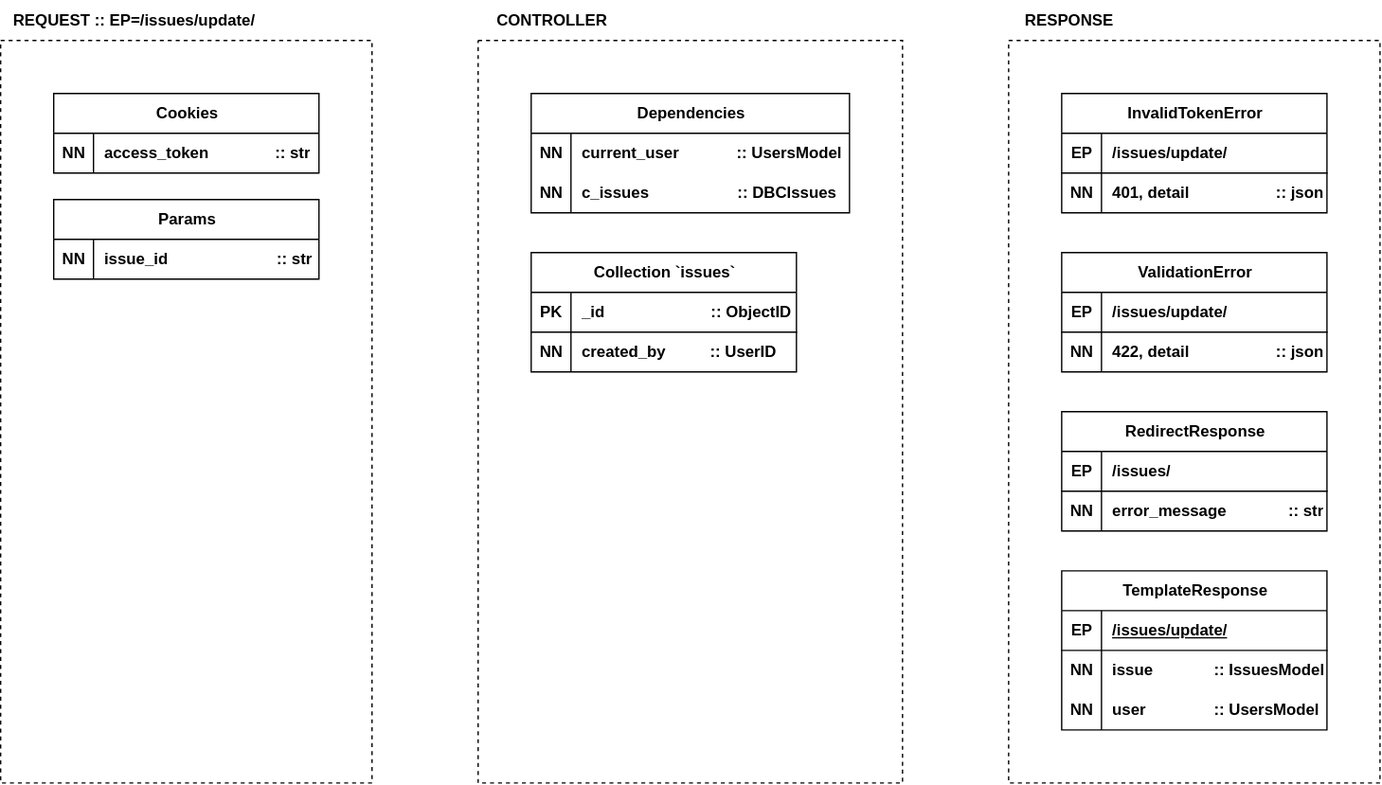
Above: contributors/issues/update/get/Diagram-Update-GET.drawio.svg in ames0k0/Ticket (draw.io), before the change. Source tidied: cells renumbered, new cells last; positions are measured from the earlier drawing's top-left corner, leaving out a move shared by most shapes.
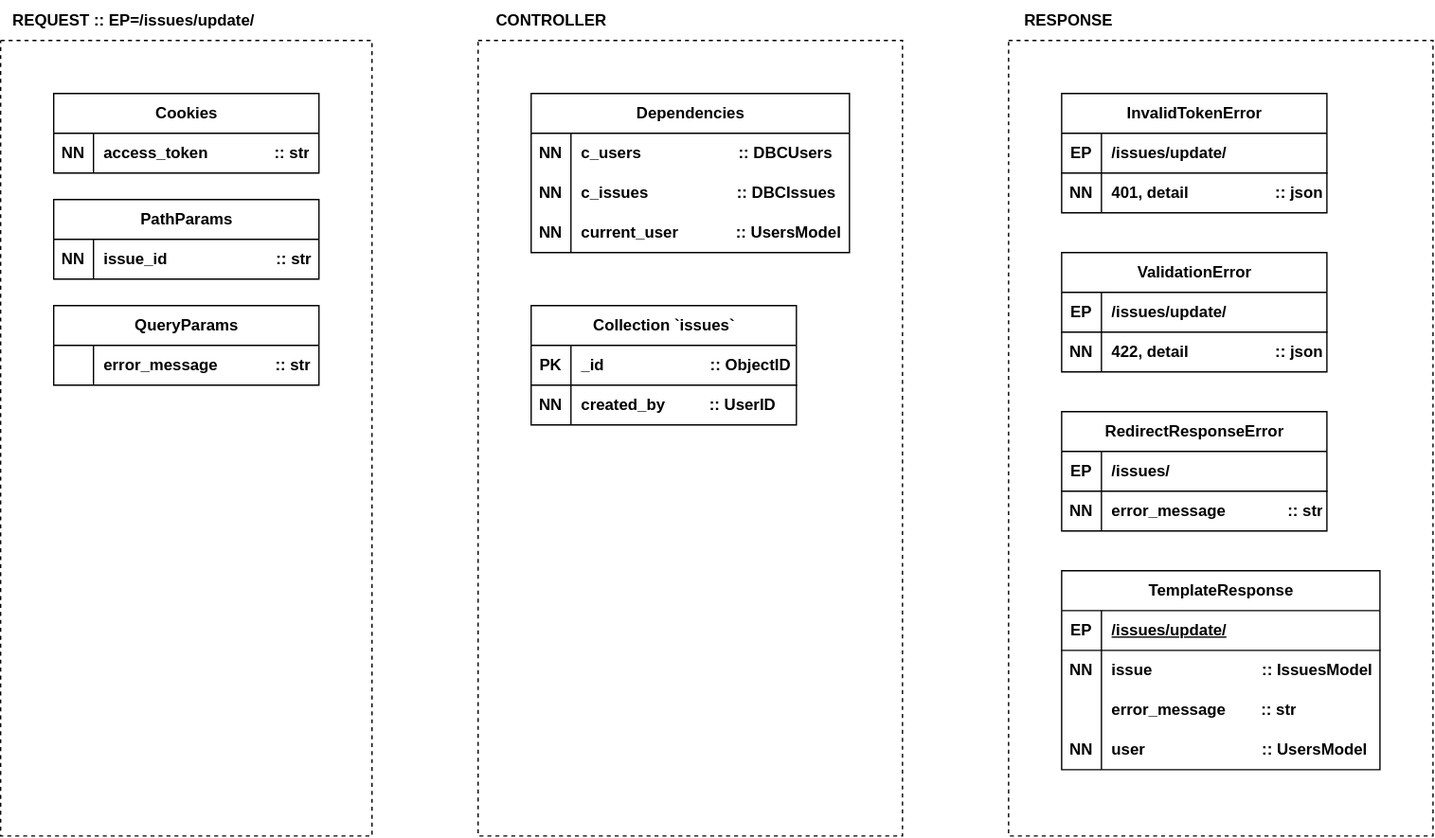
After the commit.

What changed in the source:
```diff
@@ -2,20 +2,20 @@
   <root>
     <mxCell id="0" />
     <mxCell id="1" parent="0" />
-    <mxCell id="2" value="Params" style="shape=table;startSize=30;rowLines=0;fontStyle=1;align=center;html=1;" parent="1" vertex="1">
-      <mxGeometry x="40" y="150" width="200" height="60" as="geometry" />
+    <mxCell id="2" value="QueryParams" style="shape=table;startSize=30;rowLines=0;fontStyle=1;align=center;html=1;" parent="1" vertex="1">
+      <mxGeometry x="40" y="230" width="200" height="60" as="geometry" />
     </mxCell>
     <mxCell id="3" style="shape=tableRow;horizontal=0;startSize=0;swimlaneHead=0;swimlaneBody=0;fillColor=none;top=0;left=0;right=0;bottom=0;" parent="2" vertex="1">
       <mxGeometry y="30" width="200" height="30" as="geometry" />
     </mxCell>
-    <mxCell id="4" value="&lt;b&gt;NN&lt;/b&gt;" style="shape=partialRectangle;fillColor=none;top=0;left=0;bottom=0;right=0;overflow=hidden;whiteSpace=wrap;html=1;" parent="3" vertex="1">
+    <mxCell id="4" style="shape=partialRectangle;fillColor=none;top=0;left=0;bottom=0;right=0;overflow=hidden;whiteSpace=wrap;html=1;" parent="3" vertex="1">
       <mxGeometry width="30" height="30" as="geometry" />
     </mxCell>
-    <mxCell id="5" value="&lt;b&gt;issue_id&lt;span style=&quot;white-space: pre;&quot;&gt;&#9;&lt;/span&gt;&lt;span style=&quot;white-space: pre;&quot;&gt;&#9;&lt;/span&gt;&lt;span style=&quot;white-space: pre;&quot;&gt;&#9;&lt;/span&gt;&amp;nbsp; &amp;nbsp; &amp;nbsp; &amp;nbsp;:: str&lt;/b&gt;" style="shape=partialRectangle;fillColor=none;top=0;left=0;bottom=0;right=0;align=left;spacingLeft=6;overflow=hidden;whiteSpace=wrap;html=1;" parent="3" vertex="1">
+    <mxCell id="5" value="&lt;b&gt;error_message&amp;nbsp; &amp;nbsp; &amp;nbsp; &amp;nbsp; &amp;nbsp; &amp;nbsp; &amp;nbsp;:: str&lt;/b&gt;" style="shape=partialRectangle;fillColor=none;top=0;left=0;bottom=0;right=0;align=left;spacingLeft=6;overflow=hidden;whiteSpace=wrap;html=1;" parent="3" vertex="1">
       <mxGeometry x="30" width="170" height="30" as="geometry" />
     </mxCell>
     <mxCell id="6" value="Collection `issues`" style="shape=table;startSize=30;rowLines=0;fontStyle=1;align=center;html=1;" parent="1" vertex="1">
-      <mxGeometry x="400" y="190" width="200" height="90" as="geometry" />
+      <mxGeometry x="400" y="230" width="200" height="90" as="geometry" />
     </mxCell>
     <mxCell id="7" style="shape=tableRow;horizontal=0;startSize=0;swimlaneHead=0;swimlaneBody=0;fillColor=none;top=0;left=0;right=0;bottom=1;" parent="6" vertex="1">
       <mxGeometry y="30" width="200" height="30" as="geometry" />
@@ -35,7 +35,7 @@
     <mxCell id="12" value="&lt;b&gt;created_by&amp;nbsp; &amp;nbsp; &amp;nbsp; &amp;nbsp; &amp;nbsp; :: UserID&lt;/b&gt;" style="shape=partialRectangle;fillColor=none;top=0;left=0;bottom=0;right=0;align=left;spacingLeft=6;overflow=hidden;whiteSpace=wrap;html=1;" parent="10" vertex="1">
       <mxGeometry x="30" width="170" height="30" as="geometry" />
     </mxCell>
-    <mxCell id="13" value="RedirectResponse" style="shape=table;startSize=30;rowLines=0;fontStyle=1;align=center;html=1;" parent="1" vertex="1">
+    <mxCell id="13" value="RedirectResponseError" style="shape=table;startSize=30;rowLines=0;fontStyle=1;align=center;html=1;" parent="1" vertex="1">
       <mxGeometry x="800" y="310" width="200" height="90" as="geometry" />
     </mxCell>
     <mxCell id="14" style="shape=tableRow;horizontal=0;startSize=0;swimlaneHead=0;swimlaneBody=0;fillColor=none;top=0;left=0;right=0;bottom=1;" parent="13" vertex="1">
@@ -57,34 +57,43 @@
       <mxGeometry x="30" width="170" height="30" as="geometry" />
     </mxCell>
     <mxCell id="20" value="TemplateResponse" style="shape=table;startSize=30;rowLines=0;fontStyle=1;align=center;html=1;" parent="1" vertex="1">
-      <mxGeometry x="800" y="430" width="200" height="120" as="geometry" />
+      <mxGeometry x="800" y="430" width="240" height="150" as="geometry" />
     </mxCell>
     <mxCell id="21" style="shape=tableRow;horizontal=0;startSize=0;swimlaneHead=0;swimlaneBody=0;fillColor=none;top=0;left=0;right=0;bottom=1;" parent="20" vertex="1">
-      <mxGeometry y="30" width="200" height="30" as="geometry" />
+      <mxGeometry y="30" width="240" height="30" as="geometry" />
     </mxCell>
     <mxCell id="22" value="EP" style="shape=partialRectangle;fillColor=none;top=0;left=0;bottom=0;right=0;fontStyle=1;overflow=hidden;whiteSpace=wrap;html=1;" parent="21" vertex="1">
       <mxGeometry width="30" height="30" as="geometry" />
     </mxCell>
     <mxCell id="23" value="/issues/update/" style="shape=partialRectangle;fillColor=none;top=0;left=0;bottom=0;right=0;align=left;spacingLeft=6;fontStyle=5;overflow=hidden;whiteSpace=wrap;html=1;" parent="21" vertex="1">
-      <mxGeometry x="30" width="170" height="30" as="geometry" />
+      <mxGeometry x="30" width="210" height="30" as="geometry" />
     </mxCell>
     <mxCell id="24" style="shape=tableRow;horizontal=0;startSize=0;swimlaneHead=0;swimlaneBody=0;fillColor=none;top=0;left=0;right=0;bottom=0;" parent="20" vertex="1">
-      <mxGeometry y="60" width="200" height="30" as="geometry" />
+      <mxGeometry y="60" width="240" height="30" as="geometry" />
     </mxCell>
     <mxCell id="25" value="&lt;b&gt;NN&lt;/b&gt;" style="shape=partialRectangle;fillColor=none;top=0;left=0;bottom=0;right=0;overflow=hidden;whiteSpace=wrap;html=1;" parent="24" vertex="1">
       <mxGeometry width="30" height="30" as="geometry" />
     </mxCell>
-    <mxCell id="26" value="issue&lt;span style=&quot;white-space: pre;&quot;&gt;&#9;&lt;/span&gt;&amp;nbsp; &amp;nbsp; &amp;nbsp; &amp;nbsp;:: IssuesModel" style="shape=partialRectangle;fillColor=none;top=0;left=0;bottom=0;right=0;align=left;spacingLeft=6;overflow=hidden;whiteSpace=wrap;html=1;fontStyle=1;" parent="24" vertex="1">
-      <mxGeometry x="30" width="170" height="30" as="geometry" />
+    <mxCell id="26" value="issue&lt;span style=&quot;white-space: pre;&quot;&gt;&#9;&lt;/span&gt;&amp;nbsp; &amp;nbsp; &amp;nbsp; &amp;nbsp; &amp;nbsp; &amp;nbsp; &amp;nbsp; &amp;nbsp; &amp;nbsp; :: IssuesModel" style="shape=partialRectangle;fillColor=none;top=0;left=0;bottom=0;right=0;align=left;spacingLeft=6;overflow=hidden;whiteSpace=wrap;html=1;fontStyle=1;" parent="24" vertex="1">
+      <mxGeometry x="30" width="210" height="30" as="geometry" />
     </mxCell>
+    <mxCell id="61" style="shape=tableRow;horizontal=0;startSize=0;swimlaneHead=0;swimlaneBody=0;fillColor=none;top=0;left=0;right=0;bottom=0;" parent="20" vertex="1">
+      <mxGeometry y="90" width="240" height="30" as="geometry" />
+    </mxCell>
+    <mxCell id="62" style="shape=partialRectangle;fillColor=none;top=0;left=0;bottom=0;right=0;overflow=hidden;whiteSpace=wrap;html=1;" parent="61" vertex="1">
+      <mxGeometry width="30" height="30" as="geometry" />
+    </mxCell>
+    <mxCell id="63" value="error_message&amp;nbsp; &amp;nbsp; &amp;nbsp; &amp;nbsp; :: str" style="shape=partialRectangle;fillColor=none;top=0;left=0;bottom=0;right=0;align=left;spacingLeft=6;overflow=hidden;whiteSpace=wrap;html=1;fontStyle=1;" parent="61" vertex="1">
+      <mxGeometry x="30" width="210" height="30" as="geometry" />
+    </mxCell>
     <mxCell id="27" style="shape=tableRow;horizontal=0;startSize=0;swimlaneHead=0;swimlaneBody=0;fillColor=none;top=0;left=0;right=0;bottom=0;fontStyle=0;" parent="20" vertex="1">
-      <mxGeometry y="90" width="200" height="30" as="geometry" />
+      <mxGeometry y="120" width="240" height="30" as="geometry" />
     </mxCell>
     <mxCell id="28" value="&lt;b&gt;NN&lt;/b&gt;" style="shape=partialRectangle;fillColor=none;top=0;left=0;bottom=0;right=0;overflow=hidden;whiteSpace=wrap;html=1;" parent="27" vertex="1">
       <mxGeometry width="30" height="30" as="geometry" />
     </mxCell>
-    <mxCell id="29" value="user&lt;span style=&quot;white-space: pre;&quot;&gt;&#9;&lt;/span&gt;&amp;nbsp; &amp;nbsp; &amp;nbsp; &amp;nbsp;:: UsersModel" style="shape=partialRectangle;fillColor=none;top=0;left=0;bottom=0;right=0;align=left;spacingLeft=6;overflow=hidden;whiteSpace=wrap;html=1;fontStyle=1;" parent="27" vertex="1">
-      <mxGeometry x="30" width="170" height="30" as="geometry" />
+    <mxCell id="29" value="user&lt;span style=&quot;white-space: pre;&quot;&gt;&#9;&lt;/span&gt;&amp;nbsp; &amp;nbsp; &amp;nbsp; &amp;nbsp; &amp;nbsp; &amp;nbsp; &amp;nbsp; &amp;nbsp; &amp;nbsp; :: UsersModel" style="shape=partialRectangle;fillColor=none;top=0;left=0;bottom=0;right=0;align=left;spacingLeft=6;overflow=hidden;whiteSpace=wrap;html=1;fontStyle=1;" parent="27" vertex="1">
+      <mxGeometry x="30" width="210" height="30" as="geometry" />
     </mxCell>
     <mxCell id="30" style="endArrow=none;dashed=1;html=1;rounded=0;" parent="1" edge="1">
       <mxGeometry relative="1" as="geometry">
@@ -92,8 +101,8 @@
         <mxPoint y="30" as="targetPoint" />
         <Array as="points">
           <mxPoint x="280" y="30" />
-          <mxPoint x="280" y="590" />
-          <mxPoint y="590" />
+          <mxPoint x="280" y="630" />
+          <mxPoint y="630" />
         </Array>
       </mxGeometry>
     </mxCell>
@@ -103,8 +112,8 @@
         <mxPoint x="360" y="30" as="targetPoint" />
         <Array as="points">
           <mxPoint x="680" y="30" />
-          <mxPoint x="680" y="590" />
-          <mxPoint x="360" y="590" />
+          <mxPoint x="680" y="630" />
+          <mxPoint x="360" y="630" />
         </Array>
       </mxGeometry>
     </mxCell>
@@ -119,9 +128,10 @@
         <mxPoint x="760" y="30" as="sourcePoint" />
         <mxPoint x="760" y="30" as="targetPoint" />
         <Array as="points">
-          <mxPoint x="1040" y="30" />
-          <mxPoint x="1040" y="590" />
-          <mxPoint x="760" y="590" />
+          <mxPoint x="1080" y="30" />
+          <mxPoint x="1080" y="310" />
+          <mxPoint x="1080" y="630" />
+          <mxPoint x="760" y="630" />
         </Array>
       </mxGeometry>
     </mxCell>
@@ -183,7 +193,7 @@
       <mxGeometry x="30" width="170" height="30" as="geometry" />
     </mxCell>
     <mxCell id="54" value="Dependencies" style="shape=table;startSize=30;rowLines=0;fontStyle=1;align=center;html=1;" parent="1" vertex="1">
-      <mxGeometry x="400" y="70" width="240" height="90" as="geometry" />
+      <mxGeometry x="400" y="70" width="240" height="120" as="geometry" />
     </mxCell>
     <mxCell id="55" style="shape=tableRow;horizontal=0;startSize=0;swimlaneHead=0;swimlaneBody=0;fillColor=none;top=0;left=0;right=0;bottom=0;" parent="54" vertex="1">
       <mxGeometry y="30" width="240" height="30" as="geometry" />
@@ -191,7 +201,7 @@
     <mxCell id="56" value="&lt;b&gt;NN&lt;/b&gt;" style="shape=partialRectangle;fillColor=none;top=0;left=0;bottom=0;right=0;overflow=hidden;whiteSpace=wrap;html=1;" parent="55" vertex="1">
       <mxGeometry width="30" height="30" as="geometry" />
     </mxCell>
-    <mxCell id="57" value="current_user&amp;nbsp; &amp;nbsp; &amp;nbsp; &amp;nbsp; &amp;nbsp; &amp;nbsp; &amp;nbsp;:: UsersModel" style="shape=partialRectangle;fillColor=none;top=0;left=0;bottom=0;right=0;align=left;spacingLeft=6;overflow=hidden;whiteSpace=wrap;html=1;fontStyle=1;" parent="55" vertex="1">
+    <mxCell id="57" value="c_users&amp;nbsp; &amp;nbsp; &amp;nbsp; &amp;nbsp; &amp;nbsp; &amp;nbsp; &amp;nbsp; &amp;nbsp; &amp;nbsp; &amp;nbsp; &amp;nbsp; :: DBCUsers" style="shape=partialRectangle;fillColor=none;top=0;left=0;bottom=0;right=0;align=left;spacingLeft=6;overflow=hidden;whiteSpace=wrap;html=1;fontStyle=1;" parent="55" vertex="1">
       <mxGeometry x="30" width="210" height="30" as="geometry" />
     </mxCell>
     <mxCell id="58" style="shape=tableRow;horizontal=0;startSize=0;swimlaneHead=0;swimlaneBody=0;fillColor=none;top=0;left=0;right=0;bottom=0;" parent="54" vertex="1">
@@ -203,5 +213,26 @@
     <mxCell id="60" value="c_issues&amp;nbsp; &amp;nbsp; &amp;nbsp; &amp;nbsp; &amp;nbsp; &amp;nbsp; &amp;nbsp; &amp;nbsp; &amp;nbsp; &amp;nbsp; :: DBCIssues" style="shape=partialRectangle;fillColor=none;top=0;left=0;bottom=0;right=0;align=left;spacingLeft=6;overflow=hidden;whiteSpace=wrap;html=1;fontStyle=1;" parent="58" vertex="1">
       <mxGeometry x="30" width="210" height="30" as="geometry" />
     </mxCell>
+    <mxCell id="64" style="shape=tableRow;horizontal=0;startSize=0;swimlaneHead=0;swimlaneBody=0;fillColor=none;top=0;left=0;right=0;bottom=0;" parent="54" vertex="1">
+      <mxGeometry y="90" width="240" height="30" as="geometry" />
+    </mxCell>
+    <mxCell id="65" value="&lt;b&gt;NN&lt;/b&gt;" style="shape=partialRectangle;fillColor=none;top=0;left=0;bottom=0;right=0;overflow=hidden;whiteSpace=wrap;html=1;" parent="64" vertex="1">
+      <mxGeometry width="30" height="30" as="geometry" />
+    </mxCell>
+    <mxCell id="66" value="current_user&amp;nbsp; &amp;nbsp; &amp;nbsp; &amp;nbsp; &amp;nbsp; &amp;nbsp; &amp;nbsp;:: UsersModel" style="shape=partialRectangle;fillColor=none;top=0;left=0;bottom=0;right=0;align=left;spacingLeft=6;overflow=hidden;whiteSpace=wrap;html=1;fontStyle=1;" parent="64" vertex="1">
+      <mxGeometry x="30" width="210" height="30" as="geometry" />
+    </mxCell>
+    <mxCell id="67" value="PathParams" style="shape=table;startSize=30;rowLines=0;fontStyle=1;align=center;html=1;" parent="1" vertex="1">
+      <mxGeometry x="40" y="150" width="200" height="60" as="geometry" />
+    </mxCell>
+    <mxCell id="68" style="shape=tableRow;horizontal=0;startSize=0;swimlaneHead=0;swimlaneBody=0;fillColor=none;top=0;left=0;right=0;bottom=0;" parent="67" vertex="1">
+      <mxGeometry y="30" width="200" height="30" as="geometry" />
+    </mxCell>
+    <mxCell id="69" value="&lt;b&gt;NN&lt;/b&gt;" style="shape=partialRectangle;fillColor=none;top=0;left=0;bottom=0;right=0;overflow=hidden;whiteSpace=wrap;html=1;" parent="68" vertex="1">
+      <mxGeometry width="30" height="30" as="geometry" />
+    </mxCell>
+    <mxCell id="70" value="&lt;b&gt;issue_id&lt;span style=&quot;white-space: pre;&quot;&gt;&#9;&lt;/span&gt;&lt;span style=&quot;white-space: pre;&quot;&gt;&#9;&lt;/span&gt;&lt;span style=&quot;white-space: pre;&quot;&gt;&#9;&lt;/span&gt;&amp;nbsp; &amp;nbsp; &amp;nbsp; &amp;nbsp;:: str&lt;/b&gt;" style="shape=partialRectangle;fillColor=none;top=0;left=0;bottom=0;right=0;align=left;spacingLeft=6;overflow=hidden;whiteSpace=wrap;html=1;" parent="68" vertex="1">
+      <mxGeometry x="30" width="170" height="30" as="geometry" />
+    </mxCell>
   </root>
 </mxGraphModel>
```
